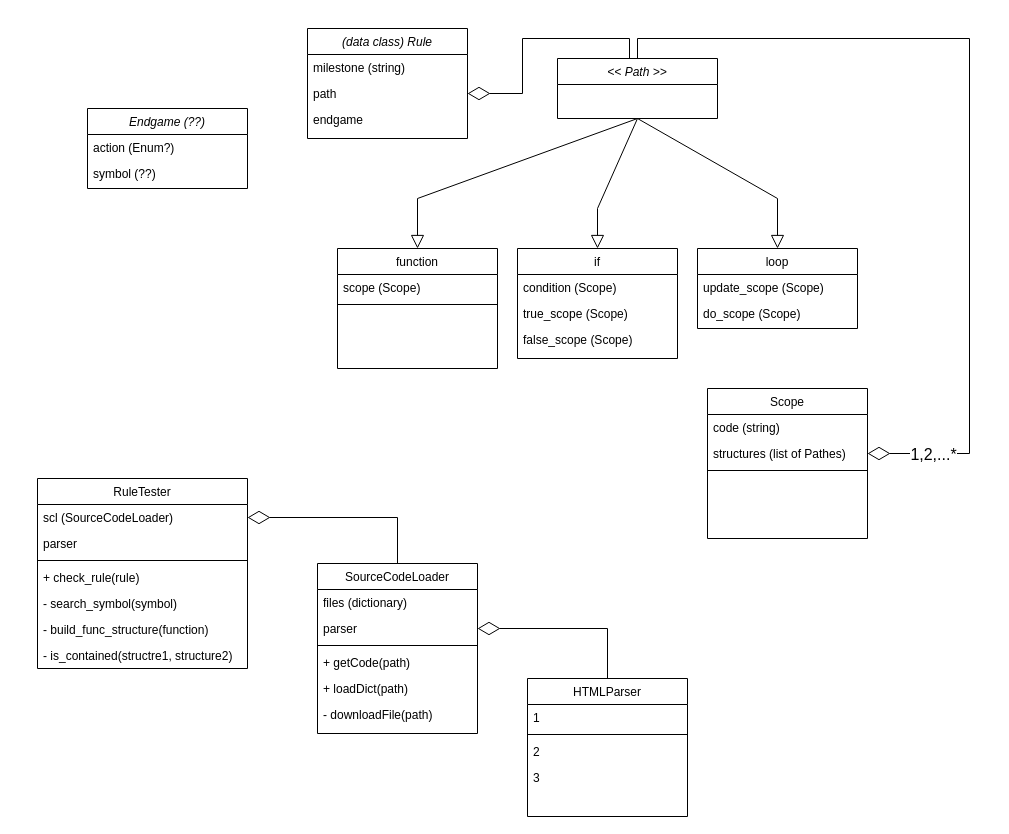
zivnaim/simon keeps this draw.io diagram as Untitled Diagram.drawio. Above is the earlier version. Source tidied: cells renumbered, new cells numbered last; positions are measured from the earlier drawing's top-left corner, leaving out a move shared by most shapes. Both pictures are drawn from the tidied source at 100%, with x=0, y=0 at pixel (37, 28).
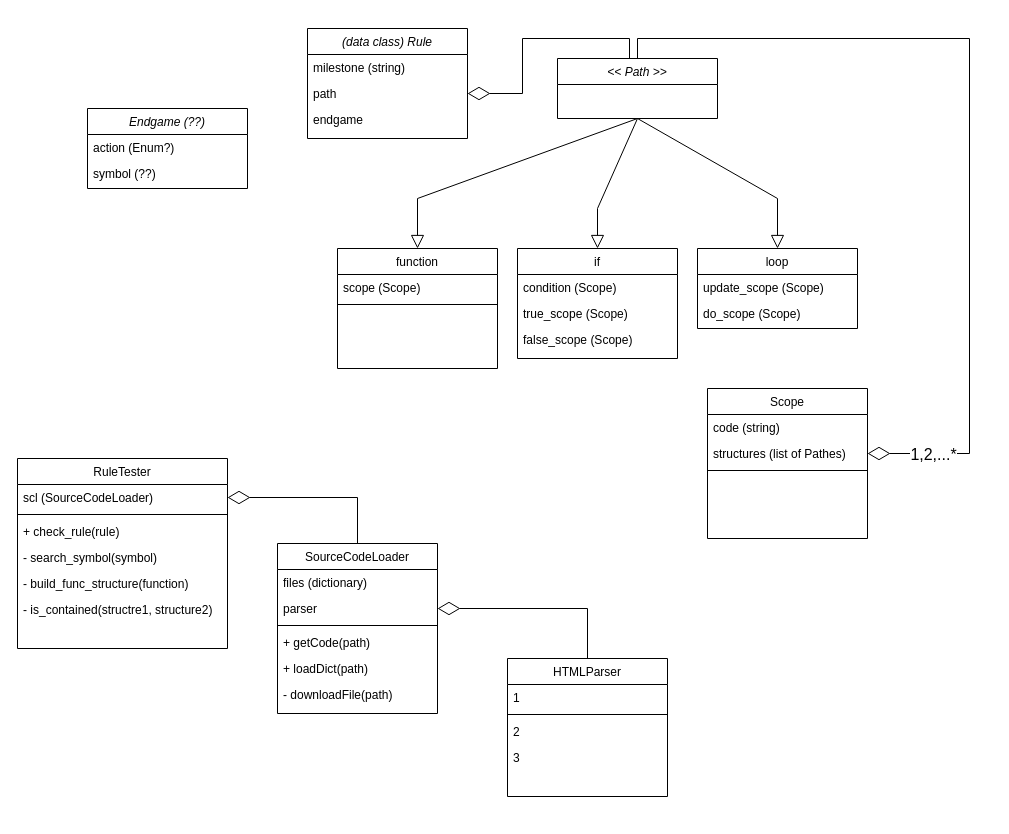
The same diagram, later.

Change to the diagram source:
```diff
@@
     <mxCell id="10" value="SourceCodeLoader" style="swimlane;fontStyle=0;align=center;verticalAlign=top;horizontal=1;startSize=26;rounded=0;shadow=0;strokeWidth=1;" parent="1" vertex="1">
-      <mxGeometry x="280" y="535" width="160" height="170" as="geometry" />
+      <mxGeometry x="240" y="515" width="160" height="170" as="geometry" />
     </mxCell>
@@
     <mxCell id="17" value="HTMLParser" style="swimlane;fontStyle=0;align=center;verticalAlign=top;horizontal=1;startSize=26;rounded=0;shadow=0;strokeWidth=1;" parent="1" vertex="1">
-      <mxGeometry x="490" y="650" width="160" height="138" as="geometry" />
+      <mxGeometry x="470" y="630" width="160" height="138" as="geometry" />
     </mxCell>
@@
     <mxCell id="42" value="RuleTester" style="swimlane;fontStyle=0;align=center;verticalAlign=top;horizontal=1;startSize=26;rounded=0;shadow=0;strokeWidth=1;" parent="1" vertex="1">
-      <mxGeometry y="450" width="210" height="190" as="geometry" />
+      <mxGeometry x="-20" y="430" width="210" height="190" as="geometry" />
     </mxCell>
@@
-    <mxCell id="44" value="parser" style="text;align=left;verticalAlign=top;spacingLeft=4;spacingRight=4;overflow=hidden;rounded=0;shadow=0;html=0;" parent="42" vertex="1">
-      <mxGeometry y="52" width="210" height="26" as="geometry" />
-    </mxCell>
     <mxCell id="45" style="line;html=1;strokeWidth=1;align=left;verticalAlign=middle;spacingTop=-1;spacingLeft=3;spacingRight=3;labelPosition=right;" parent="42" vertex="1">
-      <mxGeometry y="78" width="210" height="8" as="geometry" />
+      <mxGeometry y="52" width="210" height="8" as="geometry" />
     </mxCell>
     <mxCell id="46" value="+ check_rule(rule)" style="text;align=left;verticalAlign=top;spacingLeft=4;spacingRight=4;overflow=hidden;" parent="42" vertex="1">
-      <mxGeometry y="86" width="210" height="26" as="geometry" />
+      <mxGeometry y="60" width="210" height="26" as="geometry" />
     </mxCell>
     <mxCell id="47" value="- search_symbol(symbol)" style="text;align=left;verticalAlign=top;spacingLeft=4;spacingRight=4;overflow=hidden;" parent="42" vertex="1">
-      <mxGeometry y="112" width="210" height="26" as="geometry" />
+      <mxGeometry y="86" width="210" height="26" as="geometry" />
     </mxCell>
     <mxCell id="48" value="- build_func_structure(function)" style="text;align=left;verticalAlign=top;spacingLeft=4;spacingRight=4;overflow=hidden;" parent="42" vertex="1">
-      <mxGeometry y="138" width="210" height="26" as="geometry" />
+      <mxGeometry y="112" width="210" height="26" as="geometry" />
     </mxCell>
     <mxCell id="49" value="- is_contained(structre1, structure2)" style="text;align=left;verticalAlign=top;spacingLeft=4;spacingRight=4;overflow=hidden;" parent="42" vertex="1">
-      <mxGeometry y="164" width="210" height="26" as="geometry" />
+      <mxGeometry y="138" width="210" height="26" as="geometry" />
     </mxCell>
```
